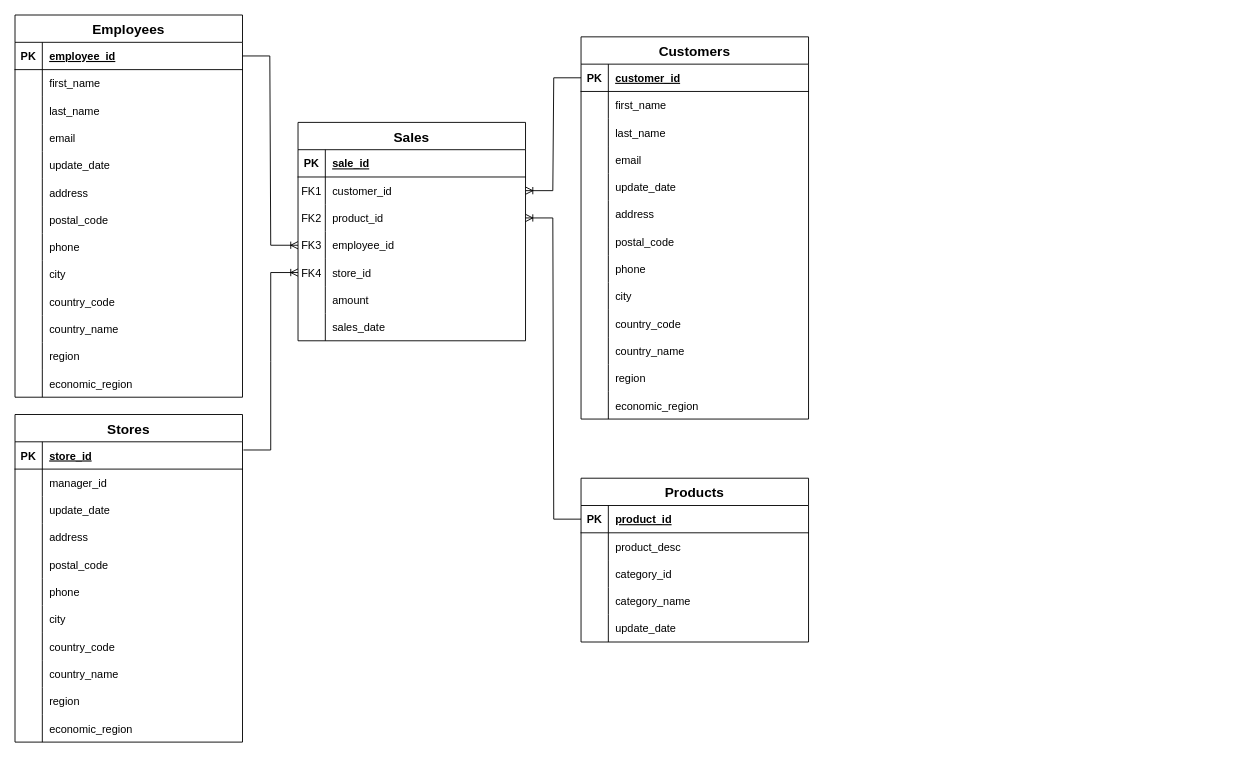
GiorgiEz/DB-modeling keeps this draw.io diagram as task2.1_start_schema.drawio. Above is the earlier version. Source tidied: cells renumbered, new cells numbered last; positions are measured from the earlier drawing's top-left corner, leaving out a move shared by most shapes. Both pictures are drawn from the tidied source at 91%, with x=0, y=0 at pixel (15, 15).
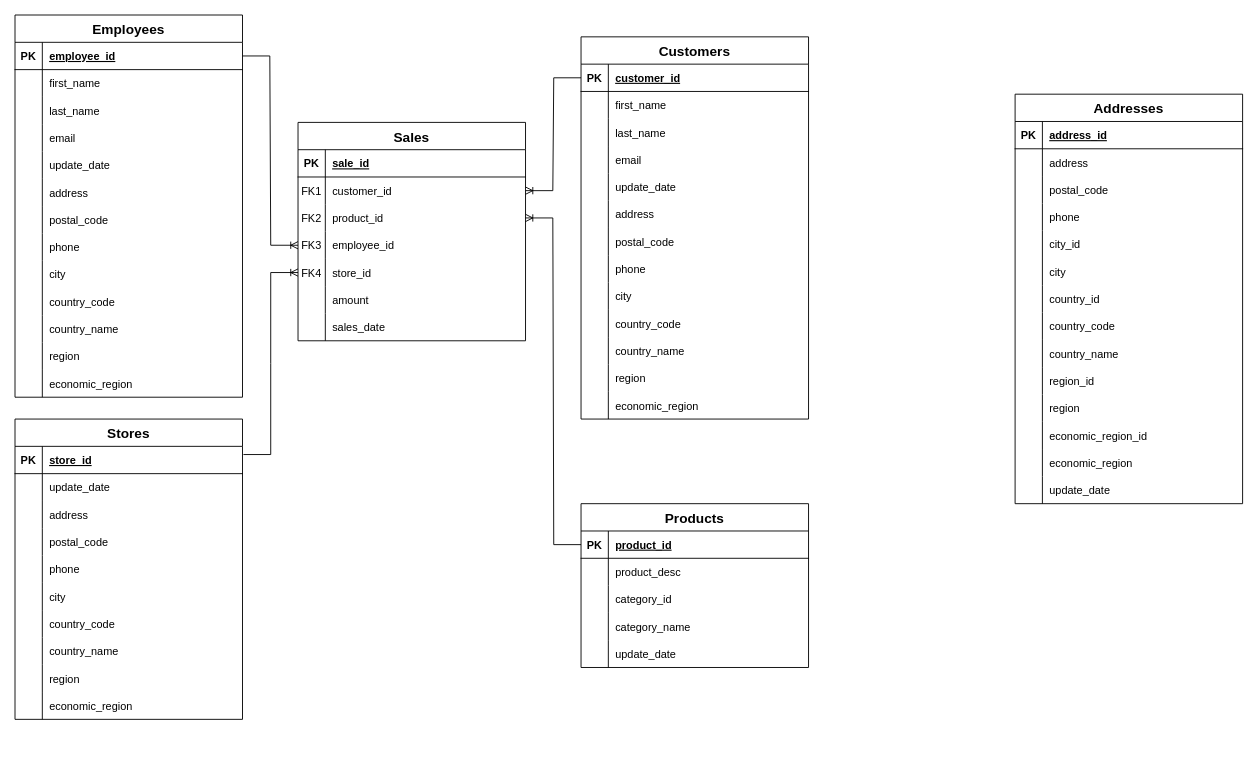
After the change.

What changed in the source:
```diff
@@
     <mxCell id="64" value="Products" style="shape=table;startSize=30;childLayout=tableLayout;rowLines=0;fontStyle=1;align=center;fontSize=15;" parent="1" vertex="1">
-      <mxGeometry x="622" y="509" width="250" height="180" as="geometry" />
+      <mxGeometry x="622" y="537" width="250" height="180" as="geometry" />
     </mxCell>
@@
     <mxCell id="80" value="Stores" style="shape=table;startSize=30;childLayout=tableLayout;rowLines=0;fontStyle=1;align=center;fontSize=15;" parent="1" vertex="1">
-      <mxGeometry y="439" width="250" height="360" as="geometry" />
+      <mxGeometry y="444" width="250" height="330" as="geometry" />
     </mxCell>
@@
-    <mxCell id="84" style="shape=partialRectangle;fillColor=none;top=0;left=0;right=0;bottom=0;" parent="80" vertex="1">
-      <mxGeometry y="60" width="250" height="30" as="geometry" />
-    </mxCell>
-    <mxCell id="85" style="shape=partialRectangle;overflow=hidden;fillColor=none;top=0;left=0;bottom=0;right=0;" parent="84" vertex="1">
-      <mxGeometry width="30" height="30" as="geometry" />
-    </mxCell>
-    <mxCell id="86" value="manager_id" style="shape=partialRectangle;overflow=hidden;fillColor=none;top=0;left=0;bottom=0;right=0;align=left;spacingLeft=6;" parent="84" vertex="1">
-      <mxGeometry x="30" width="220" height="30" as="geometry" />
-    </mxCell>
     <mxCell id="87" style="shape=partialRectangle;fillColor=none;top=0;left=0;right=0;bottom=0;" parent="80" vertex="1">
-      <mxGeometry y="90" width="250" height="30" as="geometry" />
+      <mxGeometry y="60" width="250" height="30" as="geometry" />
     </mxCell>
@@
     <mxCell id="90" style="shape=partialRectangle;fillColor=none;top=0;left=0;right=0;bottom=0;" parent="80" vertex="1">
-      <mxGeometry y="120" width="250" height="30" as="geometry" />
+      <mxGeometry y="90" width="250" height="30" as="geometry" />
     </mxCell>
@@
     <mxCell id="93" style="shape=partialRectangle;fillColor=none;top=0;left=0;right=0;bottom=0;" parent="80" vertex="1">
-      <mxGeometry y="150" width="250" height="30" as="geometry" />
+      <mxGeometry y="120" width="250" height="30" as="geometry" />
     </mxCell>
@@
     <mxCell id="96" style="shape=partialRectangle;fillColor=none;top=0;left=0;right=0;bottom=0;" parent="80" vertex="1">
-      <mxGeometry y="180" width="250" height="30" as="geometry" />
+      <mxGeometry y="150" width="250" height="30" as="geometry" />
     </mxCell>
@@
     <mxCell id="99" style="shape=partialRectangle;fillColor=none;top=0;left=0;right=0;bottom=0;" parent="80" vertex="1">
-      <mxGeometry y="210" width="250" height="30" as="geometry" />
+      <mxGeometry y="180" width="250" height="30" as="geometry" />
     </mxCell>
@@
     <mxCell id="102" style="shape=partialRectangle;fillColor=none;top=0;left=0;right=0;bottom=0;" parent="80" vertex="1">
-      <mxGeometry y="240" width="250" height="30" as="geometry" />
+      <mxGeometry y="210" width="250" height="30" as="geometry" />
     </mxCell>
@@
     <mxCell id="105" style="shape=partialRectangle;fillColor=none;top=0;left=0;right=0;bottom=0;" parent="80" vertex="1">
-      <mxGeometry y="270" width="250" height="30" as="geometry" />
+      <mxGeometry y="240" width="250" height="30" as="geometry" />
     </mxCell>
@@
     <mxCell id="108" style="shape=partialRectangle;fillColor=none;top=0;left=0;right=0;bottom=0;" parent="80" vertex="1">
-      <mxGeometry y="300" width="250" height="30" as="geometry" />
+      <mxGeometry y="270" width="250" height="30" as="geometry" />
     </mxCell>
@@
     <mxCell id="111" style="shape=partialRectangle;fillColor=none;top=0;left=0;right=0;bottom=0;" parent="80" vertex="1">
-      <mxGeometry y="330" width="250" height="30" as="geometry" />
+      <mxGeometry y="300" width="250" height="30" as="geometry" />
     </mxCell>
@@
+    <mxCell id="158" value="Addresses" style="shape=table;startSize=30;childLayout=tableLayout;rowLines=0;fontStyle=1;align=center;fontSize=15;" parent="1" vertex="1">
+      <mxGeometry x="1099" y="87" width="250" height="450" as="geometry" />
+    </mxCell>
+    <mxCell id="159" style="shape=partialRectangle;fillColor=none;top=0;left=0;right=0;bottom=1;" parent="158" vertex="1">
+      <mxGeometry y="30" width="250" height="30" as="geometry" />
+    </mxCell>
+    <mxCell id="160" value="PK" style="shape=partialRectangle;overflow=hidden;fillColor=none;top=0;left=0;bottom=0;right=0;fontStyle=1;" parent="159" vertex="1">
+      <mxGeometry width="30" height="30" as="geometry" />
+    </mxCell>
+    <mxCell id="161" value="address_id" style="shape=partialRectangle;overflow=hidden;fillColor=none;top=0;left=0;bottom=0;right=0;align=left;spacingLeft=6;fontStyle=5;" parent="159" vertex="1">
+      <mxGeometry x="30" width="220" height="30" as="geometry" />
+    </mxCell>
+    <mxCell id="84" style="shape=partialRectangle;fillColor=none;top=0;left=0;right=0;bottom=0;" parent="158" vertex="1">
+      <mxGeometry y="60" width="250" height="30" as="geometry" />
+    </mxCell>
+    <mxCell id="162" style="shape=partialRectangle;overflow=hidden;fillColor=none;top=0;left=0;bottom=0;right=0;" parent="84" vertex="1">
+      <mxGeometry width="30" height="30" as="geometry" />
+    </mxCell>
+    <mxCell id="163" value="address" style="shape=partialRectangle;overflow=hidden;fillColor=none;top=0;left=0;bottom=0;right=0;align=left;spacingLeft=6;" parent="84" vertex="1">
+      <mxGeometry x="30" width="220" height="30" as="geometry" />
+    </mxCell>
+    <mxCell id="164" style="shape=partialRectangle;fillColor=none;top=0;left=0;right=0;bottom=0;" parent="158" vertex="1">
+      <mxGeometry y="90" width="250" height="30" as="geometry" />
+    </mxCell>
+    <mxCell id="165" style="shape=partialRectangle;overflow=hidden;fillColor=none;top=0;left=0;bottom=0;right=0;" parent="164" vertex="1">
+      <mxGeometry width="30" height="30" as="geometry" />
+    </mxCell>
+    <mxCell id="166" value="postal_code" style="shape=partialRectangle;overflow=hidden;fillColor=none;top=0;left=0;bottom=0;right=0;align=left;spacingLeft=6;" parent="164" vertex="1">
+      <mxGeometry x="30" width="220" height="30" as="geometry" />
+    </mxCell>
+    <mxCell id="167" style="shape=partialRectangle;fillColor=none;top=0;left=0;right=0;bottom=0;" parent="158" vertex="1">
+      <mxGeometry y="120" width="250" height="30" as="geometry" />
+    </mxCell>
+    <mxCell id="168" style="shape=partialRectangle;overflow=hidden;fillColor=none;top=0;left=0;bottom=0;right=0;" parent="167" vertex="1">
+      <mxGeometry width="30" height="30" as="geometry" />
+    </mxCell>
+    <mxCell id="169" value="phone" style="shape=partialRectangle;overflow=hidden;fillColor=none;top=0;left=0;bottom=0;right=0;align=left;spacingLeft=6;" parent="167" vertex="1">
+      <mxGeometry x="30" width="220" height="30" as="geometry" />
+    </mxCell>
+    <mxCell id="170" style="shape=partialRectangle;fillColor=none;top=0;left=0;right=0;bottom=0;" parent="158" vertex="1">
+      <mxGeometry y="150" width="250" height="30" as="geometry" />
+    </mxCell>
+    <mxCell id="171" style="shape=partialRectangle;overflow=hidden;fillColor=none;top=0;left=0;bottom=0;right=0;" parent="170" vertex="1">
+      <mxGeometry width="30" height="30" as="geometry" />
+    </mxCell>
+    <mxCell id="172" value="city_id" style="shape=partialRectangle;overflow=hidden;fillColor=none;top=0;left=0;bottom=0;right=0;align=left;spacingLeft=6;" parent="170" vertex="1">
+      <mxGeometry x="30" width="220" height="30" as="geometry" />
+    </mxCell>
+    <mxCell id="173" style="shape=partialRectangle;fillColor=none;top=0;left=0;right=0;bottom=0;" parent="158" vertex="1">
+      <mxGeometry y="180" width="250" height="30" as="geometry" />
+    </mxCell>
+    <mxCell id="174" style="shape=partialRectangle;overflow=hidden;fillColor=none;top=0;left=0;bottom=0;right=0;" parent="173" vertex="1">
+      <mxGeometry width="30" height="30" as="geometry" />
+    </mxCell>
+    <mxCell id="175" value="city" style="shape=partialRectangle;overflow=hidden;fillColor=none;top=0;left=0;bottom=0;right=0;align=left;spacingLeft=6;" parent="173" vertex="1">
+      <mxGeometry x="30" width="220" height="30" as="geometry" />
+    </mxCell>
+    <mxCell id="176" style="shape=partialRectangle;fillColor=none;top=0;left=0;right=0;bottom=0;" parent="158" vertex="1">
+      <mxGeometry y="210" width="250" height="30" as="geometry" />
+    </mxCell>
+    <mxCell id="177" style="shape=partialRectangle;overflow=hidden;fillColor=none;top=0;left=0;bottom=0;right=0;" parent="176" vertex="1">
+      <mxGeometry width="30" height="30" as="geometry" />
+    </mxCell>
+    <mxCell id="178" value="country_id" style="shape=partialRectangle;overflow=hidden;fillColor=none;top=0;left=0;bottom=0;right=0;align=left;spacingLeft=6;" parent="176" vertex="1">
+      <mxGeometry x="30" width="220" height="30" as="geometry" />
+    </mxCell>
+    <mxCell id="179" style="shape=partialRectangle;fillColor=none;top=0;left=0;right=0;bottom=0;" parent="158" vertex="1">
+      <mxGeometry y="240" width="250" height="30" as="geometry" />
+    </mxCell>
+    <mxCell id="180" style="shape=partialRectangle;overflow=hidden;fillColor=none;top=0;left=0;bottom=0;right=0;" parent="179" vertex="1">
+      <mxGeometry width="30" height="30" as="geometry" />
+    </mxCell>
+    <mxCell id="181" value="country_code" style="shape=partialRectangle;overflow=hidden;fillColor=none;top=0;left=0;bottom=0;right=0;align=left;spacingLeft=6;" parent="179" vertex="1">
+      <mxGeometry x="30" width="220" height="30" as="geometry" />
+    </mxCell>
+    <mxCell id="182" style="shape=partialRectangle;fillColor=none;top=0;left=0;right=0;bottom=0;" parent="158" vertex="1">
+      <mxGeometry y="270" width="250" height="30" as="geometry" />
+    </mxCell>
+    <mxCell id="183" style="shape=partialRectangle;overflow=hidden;fillColor=none;top=0;left=0;bottom=0;right=0;" parent="182" vertex="1">
+      <mxGeometry width="30" height="30" as="geometry" />
+    </mxCell>
+    <mxCell id="184" value="country_name" style="shape=partialRectangle;overflow=hidden;fillColor=none;top=0;left=0;bottom=0;right=0;align=left;spacingLeft=6;" parent="182" vertex="1">
+      <mxGeometry x="30" width="220" height="30" as="geometry" />
+    </mxCell>
+    <mxCell id="185" style="shape=partialRectangle;fillColor=none;top=0;left=0;right=0;bottom=0;" parent="158" vertex="1">
+      <mxGeometry y="300" width="250" height="30" as="geometry" />
+    </mxCell>
+    <mxCell id="186" style="shape=partialRectangle;overflow=hidden;fillColor=none;top=0;left=0;bottom=0;right=0;" parent="185" vertex="1">
+      <mxGeometry width="30" height="30" as="geometry" />
+    </mxCell>
+    <mxCell id="187" value="region_id" style="shape=partialRectangle;overflow=hidden;fillColor=none;top=0;left=0;bottom=0;right=0;align=left;spacingLeft=6;" parent="185" vertex="1">
+      <mxGeometry x="30" width="220" height="30" as="geometry" />
+    </mxCell>
+    <mxCell id="188" style="shape=partialRectangle;fillColor=none;top=0;left=0;right=0;bottom=0;" parent="158" vertex="1">
+      <mxGeometry y="330" width="250" height="30" as="geometry" />
+    </mxCell>
+    <mxCell id="189" style="shape=partialRectangle;overflow=hidden;fillColor=none;top=0;left=0;bottom=0;right=0;" parent="188" vertex="1">
+      <mxGeometry width="30" height="30" as="geometry" />
+    </mxCell>
+    <mxCell id="190" value="region" style="shape=partialRectangle;overflow=hidden;fillColor=none;top=0;left=0;bottom=0;right=0;align=left;spacingLeft=6;" parent="188" vertex="1">
+      <mxGeometry x="30" width="220" height="30" as="geometry" />
+    </mxCell>
+    <mxCell id="191" style="shape=partialRectangle;fillColor=none;top=0;left=0;right=0;bottom=0;" parent="158" vertex="1">
+      <mxGeometry y="360" width="250" height="30" as="geometry" />
+    </mxCell>
+    <mxCell id="192" style="shape=partialRectangle;overflow=hidden;fillColor=none;top=0;left=0;bottom=0;right=0;" parent="191" vertex="1">
+      <mxGeometry width="30" height="30" as="geometry" />
+    </mxCell>
+    <mxCell id="193" value="economic_region_id" style="shape=partialRectangle;overflow=hidden;fillColor=none;top=0;left=0;bottom=0;right=0;align=left;spacingLeft=6;" parent="191" vertex="1">
+      <mxGeometry x="30" width="220" height="30" as="geometry" />
+    </mxCell>
+    <mxCell id="194" style="shape=partialRectangle;fillColor=none;top=0;left=0;right=0;bottom=0;" parent="158" vertex="1">
+      <mxGeometry y="390" width="250" height="30" as="geometry" />
+    </mxCell>
+    <mxCell id="195" style="shape=partialRectangle;overflow=hidden;fillColor=none;top=0;left=0;bottom=0;right=0;" parent="194" vertex="1">
+      <mxGeometry width="30" height="30" as="geometry" />
+    </mxCell>
+    <mxCell id="196" value="economic_region" style="shape=partialRectangle;overflow=hidden;fillColor=none;top=0;left=0;bottom=0;right=0;align=left;spacingLeft=6;" parent="194" vertex="1">
+      <mxGeometry x="30" width="220" height="30" as="geometry" />
+    </mxCell>
+    <mxCell id="197" style="shape=partialRectangle;fillColor=none;top=0;left=0;right=0;bottom=0;" parent="158" vertex="1">
+      <mxGeometry y="420" width="250" height="30" as="geometry" />
+    </mxCell>
+    <mxCell id="198" style="shape=partialRectangle;overflow=hidden;fillColor=none;top=0;left=0;bottom=0;right=0;" parent="197" vertex="1">
+      <mxGeometry width="30" height="30" as="geometry" />
+    </mxCell>
+    <mxCell id="199" value="update_date" style="shape=partialRectangle;overflow=hidden;fillColor=none;top=0;left=0;bottom=0;right=0;align=left;spacingLeft=6;" parent="197" vertex="1">
+      <mxGeometry x="30" width="220" height="30" as="geometry" />
+    </mxCell>
```
